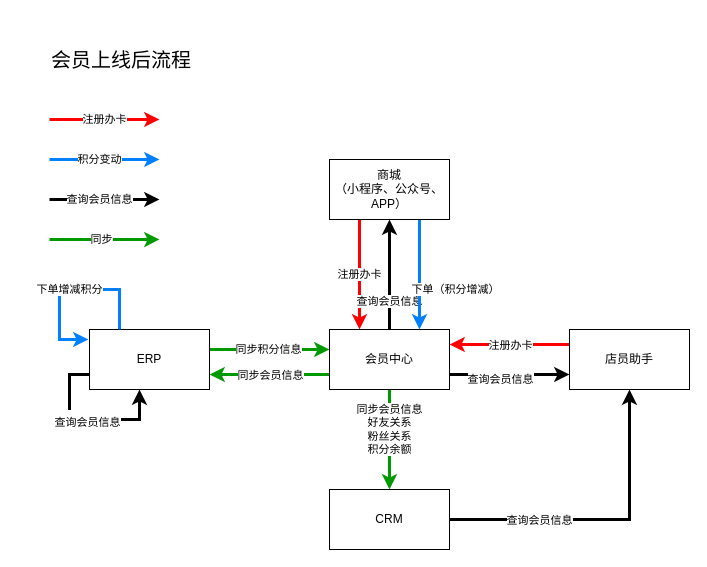
JustDoItHilary/HilarysTraining keeps this draw.io diagram as page "Page-1" (1 of 2) of Untitled Diagram.drawio. Above is the earlier version. Source tidied: cells renumbered, new cells numbered last; positions are measured from the earlier drawing's top-left corner, leaving out a move shared by most shapes. Both pictures are drawn from the tidied source at 100%, with x=0, y=0 at pixel (49, 49).
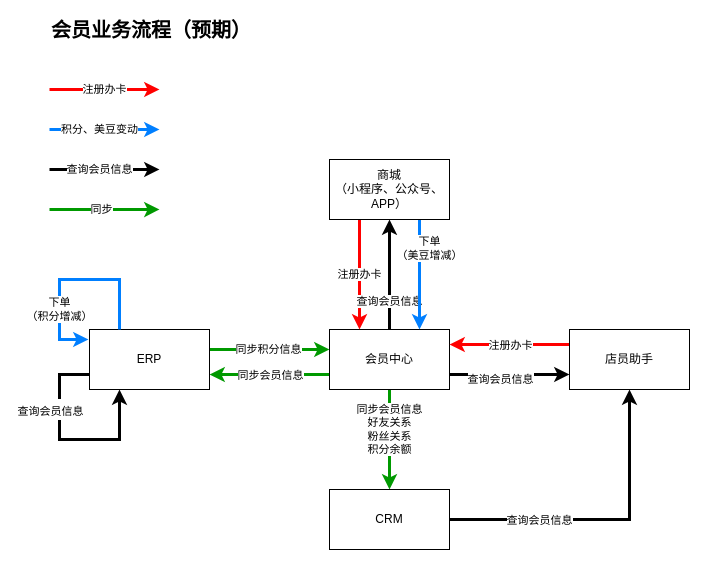
After the change.

The change refers to these unchanged cells:
```xml
<mxCell id="7" value="会员中心" style="rounded=0;whiteSpace=wrap;html=1;" parent="1" vertex="1">
  <mxGeometry x="280" y="280" width="120" height="60" as="geometry" />
</mxCell>
<mxCell id="11" value="商城&lt;br&gt;（小程序、公众号、APP）" style="rounded=0;whiteSpace=wrap;html=1;" parent="1" vertex="1">
  <mxGeometry x="280" y="110" width="120" height="60" as="geometry" />
</mxCell>
<mxCell id="14" value="ERP" style="rounded=0;whiteSpace=wrap;html=1;" parent="1" vertex="1">
  <mxGeometry x="40" y="280" width="120" height="60" as="geometry" />
</mxCell>
```

Diff of the diagram source:
```diff
@@
-    <mxCell id="10" value="下单（积分增减）" style="edgeStyle=orthogonalEdgeStyle;rounded=0;jettySize=auto;html=1;exitX=0.75;exitY=1;exitDx=0;exitDy=0;entryX=0.75;entryY=0;entryDx=0;entryDy=0;fillColor=#dae8fc;strokeColor=#007FFF;strokeWidth=3;" parent="1" edge="1" source="11" target="7">
-      <mxGeometry x="0.27" y="36" relative="1" as="geometry" />
+    <mxCell id="10" value="下单&lt;br&gt;（美豆增减）" style="edgeStyle=orthogonalEdgeStyle;rounded=0;jettySize=auto;html=1;exitX=0.75;exitY=1;exitDx=0;exitDy=0;entryX=0.75;entryY=0;entryDx=0;entryDy=0;fillColor=#dae8fc;strokeColor=#007FFF;strokeWidth=3;" parent="1" edge="1" source="11" target="7">
+      <mxGeometry x="-0.45" y="10" relative="1" as="geometry">
+        <mxPoint y="-1" as="offset" />
+      </mxGeometry>
     </mxCell>
@@
-    <mxCell id="21" value="下单增减积分" style="edgeStyle=orthogonalEdgeStyle;rounded=0;jettySize=auto;html=1;exitX=0.25;exitY=0;exitDx=0;exitDy=0;strokeColor=#007FFF;strokeWidth=3;" parent="1" edge="1" source="14">
-      <mxGeometry relative="1" as="geometry">
+    <mxCell id="21" value="下单&lt;br&gt;（积分增减）" style="edgeStyle=orthogonalEdgeStyle;rounded=0;jettySize=auto;html=1;exitX=0.25;exitY=0;exitDx=0;exitDy=0;strokeColor=#007FFF;strokeWidth=3;" parent="1" edge="1" source="14">
+      <mxGeometry x="0.41" relative="1" as="geometry">
         <mxPoint x="39" y="290" as="targetPoint" />
         <Array as="points">
-          <mxPoint x="70" y="240" />
-          <mxPoint x="10" y="240" />
+          <mxPoint x="70" y="230" />
+          <mxPoint x="10" y="230" />
           <mxPoint x="10" y="290" />
         </Array>
       </mxGeometry>
     </mxCell>
     <mxCell id="22" value="注册办卡" style="edgeStyle=orthogonalEdgeStyle;rounded=0;orthogonalLoop=1;jettySize=auto;html=1;fillColor=#f8cecc;strokeColor=#FF0000;strokeWidth=3;" parent="1" edge="1">
       <mxGeometry relative="1" as="geometry">
-        <mxPoint y="70" as="sourcePoint" />
-        <mxPoint x="110" y="70" as="targetPoint" />
+        <mxPoint y="40" as="sourcePoint" />
+        <mxPoint x="110" y="40" as="targetPoint" />
         <Array as="points">
-          <mxPoint y="70" />
+          <mxPoint y="40" />
         </Array>
       </mxGeometry>
     </mxCell>
-    <mxCell id="23" value="积分变动" style="edgeStyle=orthogonalEdgeStyle;rounded=0;orthogonalLoop=1;jettySize=auto;html=1;exitX=0.75;exitY=1;exitDx=0;exitDy=0;fillColor=#dae8fc;strokeColor=#007FFF;strokeWidth=3;" parent="1" edge="1">
+    <mxCell id="23" value="积分、美豆变动" style="edgeStyle=orthogonalEdgeStyle;rounded=0;orthogonalLoop=1;jettySize=auto;html=1;exitX=0.75;exitY=1;exitDx=0;exitDy=0;fillColor=#dae8fc;strokeColor=#007FFF;strokeWidth=3;" parent="1" edge="1">
       <mxGeometry x="-0.09" relative="1" as="geometry">
-        <mxPoint y="110" as="sourcePoint" />
-        <mxPoint x="110" y="110" as="targetPoint" />
+        <mxPoint y="80" as="sourcePoint" />
+        <mxPoint x="110" y="80" as="targetPoint" />
       </mxGeometry>
     </mxCell>
     <mxCell id="24" value="查询会员信息" style="edgeStyle=orthogonalEdgeStyle;rounded=0;orthogonalLoop=1;jettySize=auto;html=1;exitX=0.5;exitY=1;exitDx=0;exitDy=0;strokeWidth=3;" parent="1" edge="1">
       <mxGeometry x="-0.09" relative="1" as="geometry">
-        <mxPoint y="150" as="sourcePoint" />
-        <mxPoint x="110" y="150" as="targetPoint" />
+        <mxPoint y="120" as="sourcePoint" />
+        <mxPoint x="110" y="120" as="targetPoint" />
         <Array as="points">
-          <mxPoint y="150" />
+          <mxPoint y="120" />
         </Array>
       </mxGeometry>
     </mxCell>
-    <mxCell id="25" style="edgeStyle=orthogonalEdgeStyle;rounded=0;jettySize=auto;html=1;exitX=0;exitY=0.75;exitDx=0;exitDy=0;strokeWidth=3;fontSize=18;" parent="1" edge="1" source="14">
+    <mxCell id="25" style="edgeStyle=orthogonalEdgeStyle;rounded=0;orthogonalLoop=1;jettySize=auto;html=1;exitX=0;exitY=0.75;exitDx=0;exitDy=0;strokeWidth=3;fontSize=18;entryX=0.25;entryY=1;entryDx=0;entryDy=0;" parent="1" edge="1" source="14" target="14">
       <mxGeometry relative="1" as="geometry">
-        <mxPoint x="90" y="340" as="targetPoint" />
         <Array as="points">
-          <mxPoint x="20" y="325" />
-          <mxPoint x="20" y="370" />
-          <mxPoint x="90" y="370" />
+          <mxPoint x="10" y="325" />
+          <mxPoint x="10" y="390" />
+          <mxPoint x="70" y="390" />
         </Array>
       </mxGeometry>
     </mxCell>
     <mxCell id="26" value="&lt;span style=&quot;font-size: 11px&quot;&gt;查询会员信息&lt;/span&gt;" style="edgeLabel;html=1;align=center;verticalAlign=middle;fontSize=18;" parent="25" vertex="1">
       <mxGeometry x="0.22" relative="1" as="geometry">
-        <mxPoint x="-18.8" as="offset" />
+        <mxPoint x="-39.6" y="-30.1" as="offset" />
       </mxGeometry>
     </mxCell>
-    <mxCell id="27" value="会员上线后流程" style="text;html=1;strokeColor=none;fillColor=none;align=left;verticalAlign=middle;whiteSpace=wrap;rounded=0;fontSize=20;" parent="1" vertex="1">
-      <mxGeometry width="250" height="20" as="geometry" />
+    <mxCell id="27" value="会员业务流程（预期）" style="text;html=1;strokeColor=none;fillColor=none;align=left;verticalAlign=middle;whiteSpace=wrap;rounded=0;fontSize=20;fontStyle=1;" parent="1" vertex="1">
+      <mxGeometry y="-30" width="250" height="20" as="geometry" />
     </mxCell>
     <mxCell id="28" style="edgeStyle=orthogonalEdgeStyle;rounded=0;orthogonalLoop=1;jettySize=auto;html=1;fillColor=#fff2cc;strokeWidth=3;strokeColor=#009900;" parent="1" edge="1">
       <mxGeometry relative="1" as="geometry">
-        <mxPoint y="190.1" as="sourcePoint" />
-        <mxPoint x="110" y="190" as="targetPoint" />
+        <mxPoint y="160.1" as="sourcePoint" />
+        <mxPoint x="110" y="160" as="targetPoint" />
         <Array as="points">
-          <mxPoint x="30" y="190" />
-          <mxPoint x="30" y="190" />
+          <mxPoint x="30" y="160" />
+          <mxPoint x="30" y="160" />
         </Array>
       </mxGeometry>
     </mxCell>
```
